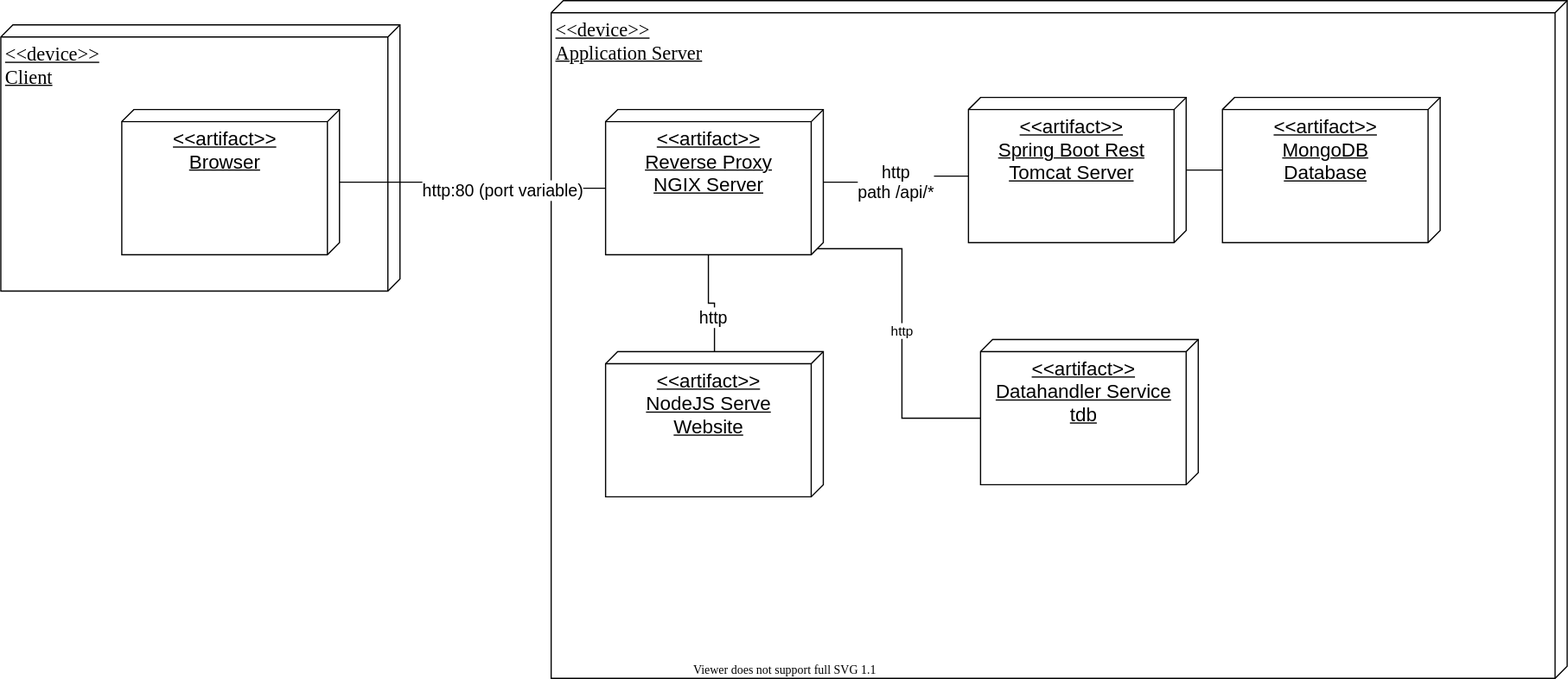
FileFighter/filefighter.github.io keeps this draw.io diagram as assets/images/arch-doc/deployment.svg. Above is the earlier version. Source tidied: cells renumbered, new cells last; positions are measured from the earlier drawing's top-left corner, leaving out a move shared by most shapes. The source it was exported from:
```xml
<mxGraphModel background="#ffffff">
  <root>
    <mxCell id="0" />
    <mxCell id="1" parent="0" />
    <mxCell id="2" value="&lt;font style=&quot;font-size: 16px&quot;&gt;&amp;lt;&amp;lt;device&amp;gt;&amp;gt;&lt;br&gt;Client&lt;/font&gt;" style="verticalAlign=top;align=left;spacingTop=8;spacingLeft=2;spacingRight=12;shape=cube;size=10;direction=south;fontStyle=4;html=1;rounded=0;shadow=0;comic=0;labelBackgroundColor=none;strokeWidth=1;fontFamily=Verdana;fontSize=12;" parent="1" vertex="1">
      <mxGeometry y="20" width="330" height="220" as="geometry" />
    </mxCell>
    <mxCell id="3" value="&lt;font style=&quot;font-size: 16px&quot;&gt;&amp;lt;&amp;lt;artifact&amp;gt;&amp;gt;&lt;br&gt;Browser&lt;/font&gt;" style="verticalAlign=top;align=center;spacingTop=8;spacingLeft=2;spacingRight=12;shape=cube;size=10;direction=south;fontStyle=4;html=1;" parent="1" vertex="1">
      <mxGeometry x="100" y="90" width="180" height="120" as="geometry" />
    </mxCell>
    <mxCell id="4" value="&lt;font style=&quot;font-size: 16px&quot;&gt;&amp;lt;&amp;lt;device&amp;gt;&amp;gt;&lt;br&gt;Application Server&lt;/font&gt;" style="verticalAlign=top;align=left;spacingTop=8;spacingLeft=2;spacingRight=12;shape=cube;size=10;direction=south;fontStyle=4;html=1;rounded=0;shadow=0;comic=0;labelBackgroundColor=none;strokeWidth=1;fontFamily=Verdana;fontSize=12;" parent="1" vertex="1">
      <mxGeometry x="455" width="840" height="560" as="geometry" />
    </mxCell>
    <mxCell id="5" style="edgeStyle=orthogonalEdgeStyle;rounded=0;jettySize=auto;html=1;exitX=0;exitY=0;exitDx=65;exitDy=180;exitPerimeter=0;startArrow=none;startFill=0;endArrow=none;endFill=0;" parent="1" edge="1" source="12" target="3">
      <mxGeometry relative="1" as="geometry" />
    </mxCell>
    <mxCell id="6" value="http:80 (port variable)" style="edgeLabel;html=1;align=center;verticalAlign=middle;fontSize=14;" parent="5" vertex="1">
      <mxGeometry x="-0.23" y="2" relative="1" as="geometry">
        <mxPoint x="1" as="offset" />
      </mxGeometry>
    </mxCell>
    <mxCell id="7" style="edgeStyle=orthogonalEdgeStyle;rounded=0;jettySize=auto;html=1;exitX=0;exitY=0;exitDx=120;exitDy=95;exitPerimeter=0;fontSize=14;endArrow=none;endFill=0;" parent="1" edge="1" source="12" target="13">
      <mxGeometry relative="1" as="geometry" />
    </mxCell>
    <mxCell id="8" value="http" style="edgeLabel;html=1;align=center;verticalAlign=middle;fontSize=14;" parent="7" vertex="1">
      <mxGeometry x="0.02" y="-12" relative="1" as="geometry" />
    </mxCell>
    <mxCell id="9" style="edgeStyle=orthogonalEdgeStyle;rounded=0;jettySize=auto;html=1;entryX=0;entryY=0;entryDx=65;entryDy=180;entryPerimeter=0;startArrow=none;startFill=0;endArrow=none;endFill=0;fontSize=14;" parent="1" edge="1" source="12" target="15">
      <mxGeometry relative="1" as="geometry" />
    </mxCell>
    <mxCell id="10" value="http&lt;br&gt;path /api/*" style="edgeLabel;html=1;align=center;verticalAlign=middle;fontSize=14;" parent="9" vertex="1">
      <mxGeometry x="0.31" y="-5" relative="1" as="geometry">
        <mxPoint x="-17.3" as="offset" />
      </mxGeometry>
    </mxCell>
    <mxCell id="11" value="http" style="edgeStyle=orthogonalEdgeStyle;rounded=0;jettySize=auto;html=1;exitX=0;exitY=0;exitDx=115;exitDy=5;exitPerimeter=0;entryX=0;entryY=0;entryDx=65;entryDy=180;entryPerimeter=0;endArrow=none;endFill=0;" parent="1" edge="1" source="12" target="17">
      <mxGeometry relative="1" as="geometry" />
    </mxCell>
    <mxCell id="12" value="&lt;font style=&quot;font-size: 16px&quot;&gt;&amp;lt;&amp;lt;artifact&amp;gt;&amp;gt;&lt;br&gt;Reverse Proxy&lt;br&gt;NGIX Server&lt;br&gt;&lt;/font&gt;&lt;div style=&quot;font-size: 16px&quot;&gt;&lt;br&gt;&lt;/div&gt;" style="verticalAlign=top;align=center;spacingTop=8;spacingLeft=2;spacingRight=12;shape=cube;size=10;direction=south;fontStyle=4;html=1;" parent="1" vertex="1">
      <mxGeometry x="500" y="90" width="180" height="120" as="geometry" />
    </mxCell>
    <mxCell id="13" value="&lt;font style=&quot;font-size: 16px&quot;&gt;&amp;lt;&amp;lt;artifact&amp;gt;&amp;gt;&lt;br&gt;NodeJS Serve&lt;br&gt;Website&lt;br&gt;&lt;/font&gt;&lt;div style=&quot;font-size: 16px&quot;&gt;&lt;br&gt;&lt;/div&gt;" style="verticalAlign=top;align=center;spacingTop=8;spacingLeft=2;spacingRight=12;shape=cube;size=10;direction=south;fontStyle=4;html=1;" parent="1" vertex="1">
      <mxGeometry x="500" y="290" width="180" height="120" as="geometry" />
    </mxCell>
    <mxCell id="14" style="edgeStyle=orthogonalEdgeStyle;rounded=0;jettySize=auto;html=1;startArrow=none;startFill=0;endArrow=none;endFill=0;fontSize=14;" parent="1" edge="1" source="15" target="16">
      <mxGeometry relative="1" as="geometry" />
    </mxCell>
    <mxCell id="15" value="&lt;font style=&quot;font-size: 16px&quot;&gt;&amp;lt;&amp;lt;artifact&amp;gt;&amp;gt;&lt;br&gt;Spring Boot Rest&lt;br&gt;Tomcat Server&lt;br&gt;&lt;/font&gt;&lt;div style=&quot;font-size: 16px&quot;&gt;&lt;br&gt;&lt;/div&gt;" style="verticalAlign=top;align=center;spacingTop=8;spacingLeft=2;spacingRight=12;shape=cube;size=10;direction=south;fontStyle=4;html=1;" parent="1" vertex="1">
      <mxGeometry x="800" y="80" width="180" height="120" as="geometry" />
    </mxCell>
    <mxCell id="16" value="&lt;font style=&quot;font-size: 16px&quot;&gt;&amp;lt;&amp;lt;artifact&amp;gt;&amp;gt;&lt;br&gt;MongoDB&lt;br&gt;Database&lt;br&gt;&lt;/font&gt;&lt;div style=&quot;font-size: 16px&quot;&gt;&lt;br&gt;&lt;/div&gt;" style="verticalAlign=top;align=center;spacingTop=8;spacingLeft=2;spacingRight=12;shape=cube;size=10;direction=south;fontStyle=4;html=1;" parent="1" vertex="1">
      <mxGeometry x="1010" y="80" width="180" height="120" as="geometry" />
    </mxCell>
    <mxCell id="17" value="&lt;font style=&quot;font-size: 16px&quot;&gt;&amp;lt;&amp;lt;artifact&amp;gt;&amp;gt;&lt;br&gt;Datahandler Service&lt;br&gt;&lt;/font&gt;&lt;div style=&quot;font-size: 16px&quot;&gt;tdb&lt;/div&gt;" style="verticalAlign=top;align=center;spacingTop=8;spacingLeft=2;spacingRight=12;shape=cube;size=10;direction=south;fontStyle=4;html=1;" parent="1" vertex="1">
      <mxGeometry x="810" y="280" width="180" height="120" as="geometry" />
    </mxCell>
  </root>
</mxGraphModel>
```
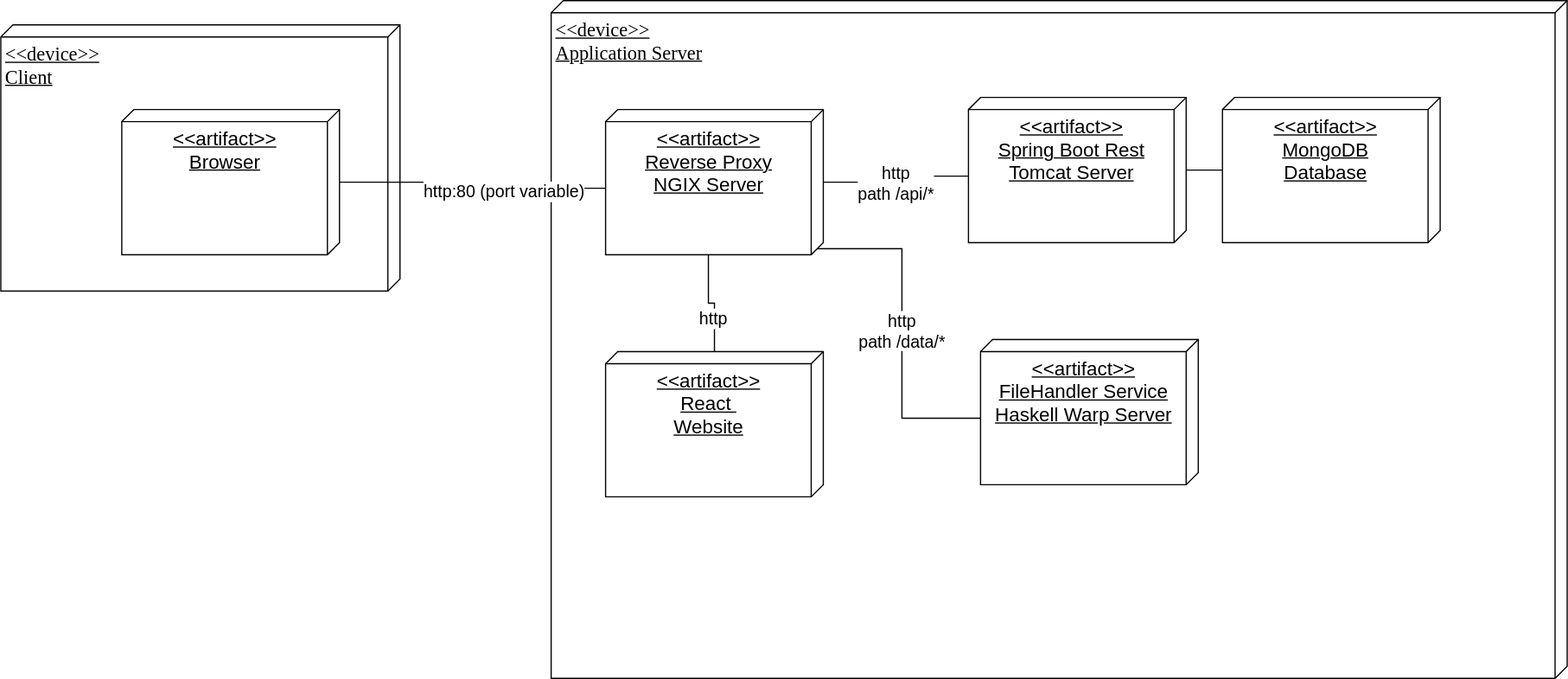
Later version of the same file.

The edit, as a diff of the source:
```diff
@@ -33,13 +33,13 @@
         <mxPoint x="-17.3" as="offset" />
       </mxGeometry>
     </mxCell>
-    <mxCell id="11" value="http" style="edgeStyle=orthogonalEdgeStyle;rounded=0;jettySize=auto;html=1;exitX=0;exitY=0;exitDx=115;exitDy=5;exitPerimeter=0;entryX=0;entryY=0;entryDx=65;entryDy=180;entryPerimeter=0;endArrow=none;endFill=0;" parent="1" edge="1" source="12" target="17">
+    <mxCell id="11" value="&lt;font style=&quot;font-size: 14px&quot;&gt;http&lt;br&gt;path /data/*&lt;/font&gt;" style="edgeStyle=orthogonalEdgeStyle;rounded=0;jettySize=auto;html=1;exitX=0;exitY=0;exitDx=115;exitDy=5;exitPerimeter=0;entryX=0;entryY=0;entryDx=65;entryDy=180;entryPerimeter=0;endArrow=none;endFill=0;" parent="1" edge="1" source="12" target="17">
       <mxGeometry relative="1" as="geometry" />
     </mxCell>
     <mxCell id="12" value="&lt;font style=&quot;font-size: 16px&quot;&gt;&amp;lt;&amp;lt;artifact&amp;gt;&amp;gt;&lt;br&gt;Reverse Proxy&lt;br&gt;NGIX Server&lt;br&gt;&lt;/font&gt;&lt;div style=&quot;font-size: 16px&quot;&gt;&lt;br&gt;&lt;/div&gt;" style="verticalAlign=top;align=center;spacingTop=8;spacingLeft=2;spacingRight=12;shape=cube;size=10;direction=south;fontStyle=4;html=1;" parent="1" vertex="1">
       <mxGeometry x="500" y="90" width="180" height="120" as="geometry" />
     </mxCell>
-    <mxCell id="13" value="&lt;font style=&quot;font-size: 16px&quot;&gt;&amp;lt;&amp;lt;artifact&amp;gt;&amp;gt;&lt;br&gt;NodeJS Serve&lt;br&gt;Website&lt;br&gt;&lt;/font&gt;&lt;div style=&quot;font-size: 16px&quot;&gt;&lt;br&gt;&lt;/div&gt;" style="verticalAlign=top;align=center;spacingTop=8;spacingLeft=2;spacingRight=12;shape=cube;size=10;direction=south;fontStyle=4;html=1;" parent="1" vertex="1">
+    <mxCell id="13" value="&lt;font style=&quot;font-size: 16px&quot;&gt;&amp;lt;&amp;lt;artifact&amp;gt;&amp;gt;&lt;br&gt;React&amp;nbsp;&lt;br&gt;Website&lt;br&gt;&lt;/font&gt;&lt;div style=&quot;font-size: 16px&quot;&gt;&lt;br&gt;&lt;/div&gt;" style="verticalAlign=top;align=center;spacingTop=8;spacingLeft=2;spacingRight=12;shape=cube;size=10;direction=south;fontStyle=4;html=1;" parent="1" vertex="1">
       <mxGeometry x="500" y="290" width="180" height="120" as="geometry" />
     </mxCell>
     <mxCell id="14" style="edgeStyle=orthogonalEdgeStyle;rounded=0;jettySize=auto;html=1;startArrow=none;startFill=0;endArrow=none;endFill=0;fontSize=14;" parent="1" edge="1" source="15" target="16">
@@ -51,7 +51,7 @@
     <mxCell id="16" value="&lt;font style=&quot;font-size: 16px&quot;&gt;&amp;lt;&amp;lt;artifact&amp;gt;&amp;gt;&lt;br&gt;MongoDB&lt;br&gt;Database&lt;br&gt;&lt;/font&gt;&lt;div style=&quot;font-size: 16px&quot;&gt;&lt;br&gt;&lt;/div&gt;" style="verticalAlign=top;align=center;spacingTop=8;spacingLeft=2;spacingRight=12;shape=cube;size=10;direction=south;fontStyle=4;html=1;" parent="1" vertex="1">
       <mxGeometry x="1010" y="80" width="180" height="120" as="geometry" />
     </mxCell>
-    <mxCell id="17" value="&lt;font style=&quot;font-size: 16px&quot;&gt;&amp;lt;&amp;lt;artifact&amp;gt;&amp;gt;&lt;br&gt;Datahandler Service&lt;br&gt;&lt;/font&gt;&lt;div style=&quot;font-size: 16px&quot;&gt;tdb&lt;/div&gt;" style="verticalAlign=top;align=center;spacingTop=8;spacingLeft=2;spacingRight=12;shape=cube;size=10;direction=south;fontStyle=4;html=1;" parent="1" vertex="1">
+    <mxCell id="17" value="&lt;font style=&quot;font-size: 16px&quot;&gt;&amp;lt;&amp;lt;artifact&amp;gt;&amp;gt;&lt;br&gt;FileHandler Service&lt;br&gt;&lt;/font&gt;&lt;div style=&quot;font-size: 16px&quot;&gt;Haskell Warp Server&lt;/div&gt;" style="verticalAlign=top;align=center;spacingTop=8;spacingLeft=2;spacingRight=12;shape=cube;size=10;direction=south;fontStyle=4;html=1;" parent="1" vertex="1">
       <mxGeometry x="810" y="280" width="180" height="120" as="geometry" />
     </mxCell>
   </root>
```
